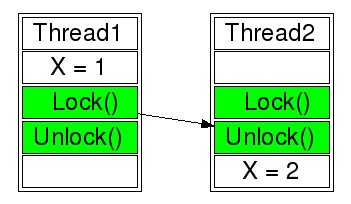
spurious/ThreadSanitizer-mirror keeps this Graphviz diagram as msm/purehb1.png. Above is the earlier version. Its source is kept beside it as msm/purehb1.dot. Source of this version:
```dot
digraph exa1 {
  rankdir="LR"
  node [shape=plaintext fontname="Helvetica" rankdir="LR" labeljust="r" fontsize=18 ];
   T1  [label=<<TABLE BGCOLOR="white">
      <tr>  <td port="0"> Thread1 </td> </tr>
      <tr>  <td> X = 1 </td> </tr>
      <tr>  <td bgcolor="green" port="lock">   Lock() </td> </tr>
      <tr>  <td bgcolor="green" port="unlock"> Unlock() </td> </tr>
      <tr>  <td port="end">   </td> </tr>
      </TABLE>>
    ]

   T2  [label=<<TABLE BGCOLOR="white">
      <tr>  <td port="0"> Thread2 </td> </tr>
      <tr>  <td >   </td> </tr>
      <tr>  <td bgcolor="green" port="lock">   Lock() </td> </tr>
      <tr>  <td bgcolor="green" port="unlock"> Unlock() </td> </tr>
      <tr>  <td port="end"> X = 2 </td> </tr>
      </TABLE>>
    ]




    T1:end -> T2:end [color="white" style="invis"];
    T1:0 -> T2:0 [color="white" style="invis"];
    T1:lock -> T2:unlock;
}
```
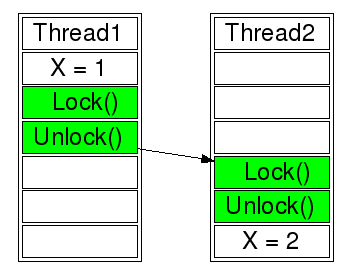
After the commit.

Commit message:
purehb examples

What changed in the source:
```diff
@@ -6,12 +6,16 @@
       <tr>  <td> X = 1 </td> </tr>
       <tr>  <td bgcolor="green" port="lock">   Lock() </td> </tr>
       <tr>  <td bgcolor="green" port="unlock"> Unlock() </td> </tr>
+      <tr>  <td >   </td> </tr>
+      <tr>  <td >   </td> </tr>
       <tr>  <td port="end">   </td> </tr>
       </TABLE>>
     ]
 
    T2  [label=<<TABLE BGCOLOR="white">
       <tr>  <td port="0"> Thread2 </td> </tr>
+      <tr>  <td >   </td> </tr>
+      <tr>  <td >   </td> </tr>
       <tr>  <td >   </td> </tr>
       <tr>  <td bgcolor="green" port="lock">   Lock() </td> </tr>
       <tr>  <td bgcolor="green" port="unlock"> Unlock() </td> </tr>
@@ -24,5 +28,5 @@
 
     T1:end -> T2:end [color="white" style="invis"];
     T1:0 -> T2:0 [color="white" style="invis"];
-    T1:lock -> T2:unlock;
+    T1:unlock -> T2:lock;
 }
```
